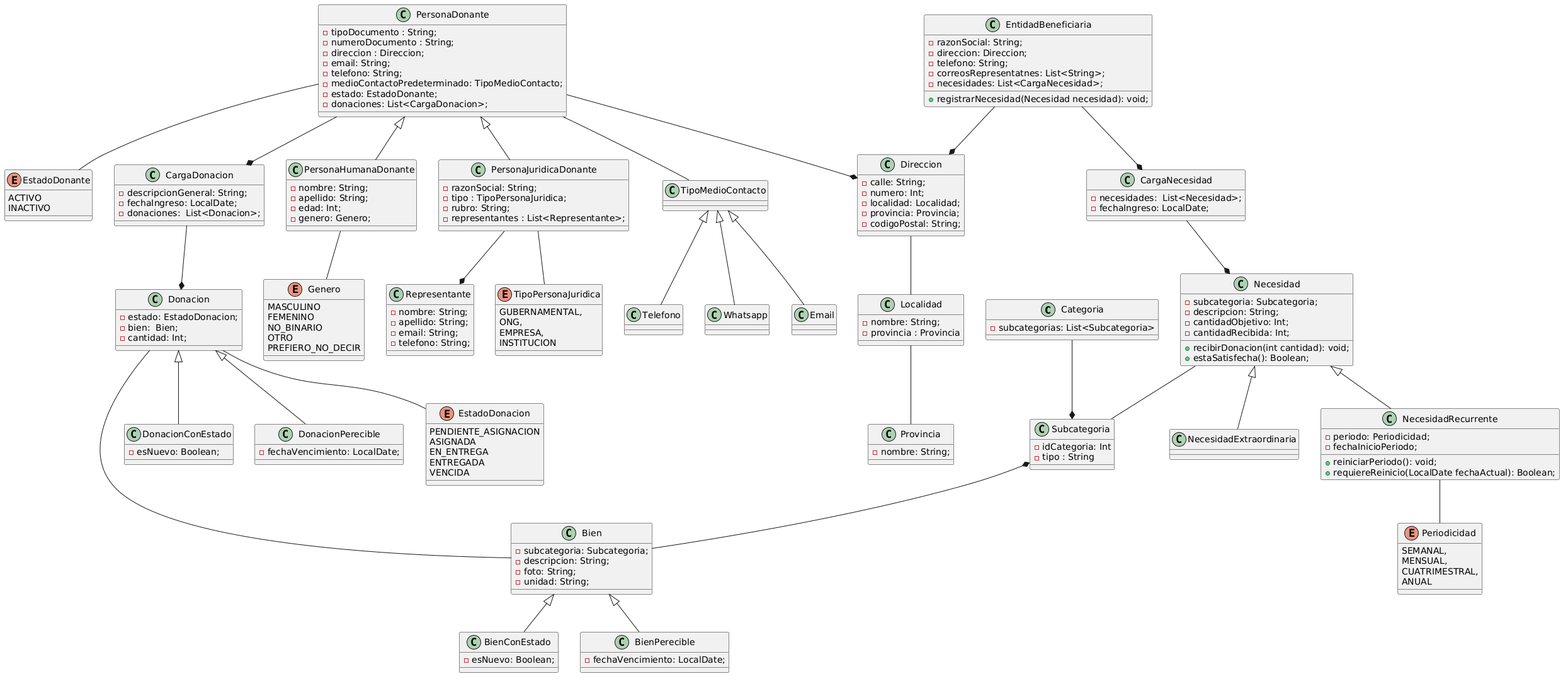
PonceCamilo/TP-ANUAL-DISENIO-2026 keeps this PlantUML diagram as donatrack/DiagramaDeClases/diagramaClasesModel.png. Above is the earlier version. Its diagram source:
```plantuml
@startuml
class Categoria{
  - subcategorias: List<Subcategoria>
}

class Subcategoria{
  - idCategoria: Int
  - tipo : String
}

class TipoMedioContacto{

}

class Email{

}

class Telefono{

}

class Whatsapp{

}

class Bien{
    - subcategoria: Subcategoria;
    - descripcion: String;
    - foto: String;
    - unidad: String;
}

class BienConEstado{
    - esNuevo: Boolean;
}

class BienPerecible{
    - fechaVencimiento: LocalDate;
}

class CargaDonacion{
    - descripcionGeneral: String;
    - fechaIngreso: LocalDate;
    - donaciones:  List<Donacion>;
}

class Donacion{
    - estado: EstadoDonacion;
    - bien:  Bien;
    - cantidad: Int;
}

class DonacionConEstado{
    - esNuevo: Boolean;
}

class DonacionPerecible{
    - fechaVencimiento: LocalDate;
}

enum EstadoDonacion{
    PENDIENTE_ASIGNACION
    ASIGNADA
    EN_ENTREGA
    ENTREGADA
    VENCIDA
}

enum EstadoDonante{
    ACTIVO
    INACTIVO
}

enum Genero{
    MASCULINO
    FEMENINO
    NO_BINARIO
    OTRO
    PREFIERO_NO_DECIR
}

class PersonaDonante{
    - tipoDocumento : String;
    - numeroDocumento : String;
    - direccion : Direccion;
    - email: String;
    - telefono: String;
    - medioContactoPredeterminado: TipoMedioContacto;
    - estado: EstadoDonante;
    - donaciones: List<CargaDonacion>;
}

class PersonaHumanaDonante{
    - nombre: String;
    - apellido: String;
    - edad: Int;
    - genero: Genero;
}

class PersonaJuridicaDonante{
    - razonSocial: String;
    - tipo : TipoPersonaJuridica;
    - rubro: String;
    - representantes : List<Representante>;
}

class Representante{
    - nombre: String;
    - apellido: String;
    - email: String;
    - telefono: String;
}

enum TipoPersonaJuridica {
    GUBERNAMENTAL,
    ONG,
    EMPRESA,
    INSTITUCION
}

class Direccion{
    - calle: String;
    - numero: Int;
    - localidad: Localidad;
    - provincia: Provincia;
    - codigoPostal: String;
}

class Localidad{
- nombre: String;
- provincia : Provincia
}

class Provincia{
- nombre: String;
}

class EntidadBeneficiaria{
    - razonSocial: String;
    - direccion: Direccion;
    - telefono: String;
    - correosRepresentatnes: List<String>;
    - necesidades: List<CargaNecesidad>;

    + registrarNecesidad(Necesidad necesidad): void;
}

class Necesidad{
    - subcategoria: Subcategoria;
    - descripcion: String;
    - cantidadObjetivo: Int;
    - cantidadRecibida: Int;

    + recibirDonacion(int cantidad): void;
    + estaSatisfecha(): Boolean;
}

class CargaNecesidad{
    - necesidades:  List<Necesidad>;
    - fechaIngreso: LocalDate;
}

class NecesidadExtraordinaria{

}

class NecesidadRecurrente{
    - periodo: Periodicidad;
    - fechaInicioPeriodo;

    + reiniciarPeriodo(): void;
    + requiereReinicio(LocalDate fechaActual): Boolean;
}

enum Periodicidad{
    SEMANAL,
    MENSUAL,
    CUATRIMESTRAL,
    ANUAL
}

Bien <|-- BienConEstado
Bien <|-- BienPerecible

Donacion <|-- DonacionConEstado
Donacion <|-- DonacionPerecible
Donacion -- Bien
Donacion -- EstadoDonacion

CargaDonacion --* Donacion

PersonaDonante <|-- PersonaHumanaDonante
PersonaDonante <|-- PersonaJuridicaDonante
PersonaDonante -- TipoMedioContacto
PersonaDonante --* CargaDonacion
PersonaDonante --* Direccion
PersonaDonante -- EstadoDonante

TipoMedioContacto <|-- Email
TipoMedioContacto <|-- Telefono
TipoMedioContacto <|-- Whatsapp

Necesidad <|-- NecesidadExtraordinaria
Necesidad <|-- NecesidadRecurrente
Necesidad -- Subcategoria

CargaNecesidad --* Necesidad

NecesidadRecurrente -- Periodicidad

PersonaJuridicaDonante -- TipoPersonaJuridica
PersonaJuridicaDonante --* Representante

PersonaHumanaDonante -- Genero

EntidadBeneficiaria --* CargaNecesidad
EntidadBeneficiaria --* Direccion

Direccion -- Localidad
Localidad -- Provincia

Categoria --* Subcategoria
Subcategoria *-- Bien
@enduml
```
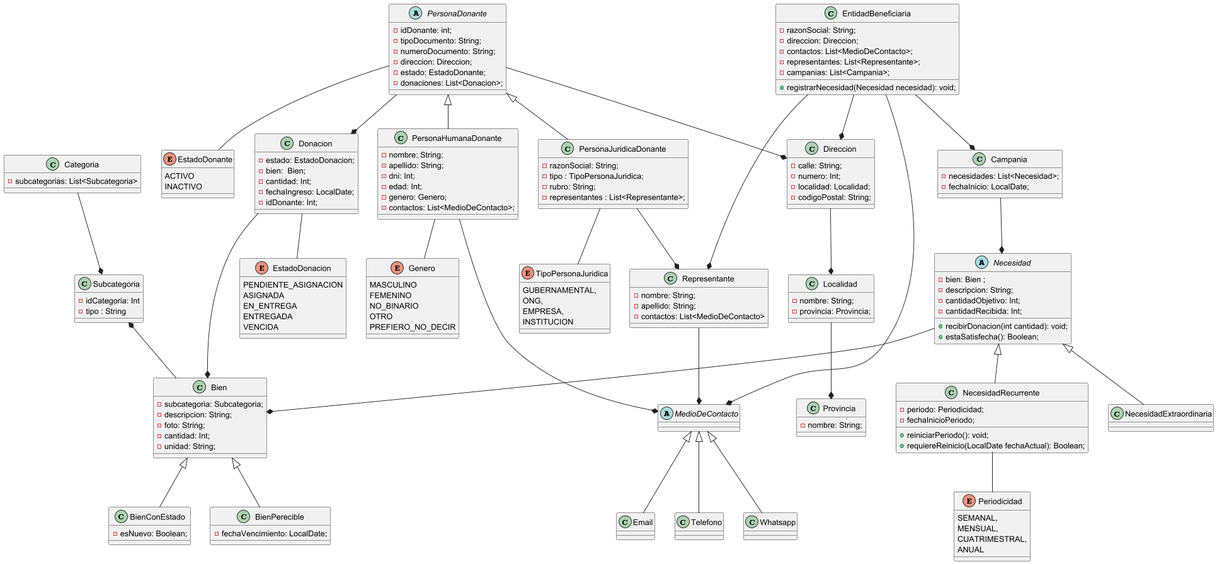
After the commit.

Diff of the diagram source:
```diff
@@ -1,4 +1,5 @@
-@startuml
+@startuml diagrama-De-Clases
+
 class Categoria{
   - subcategorias: List<Subcategoria>
 }
@@ -8,7 +9,7 @@
   - tipo : String
 }
 
-class TipoMedioContacto{
+abstract class MedioDeContacto{
 
 }
 
@@ -21,13 +22,13 @@
 }
 
 class Whatsapp{
-
 }
 
 class Bien{
     - subcategoria: Subcategoria;
     - descripcion: String;
     - foto: String;
+    - cantidad: Int;
     - unidad: String;
 }
 
@@ -39,24 +40,12 @@
     - fechaVencimiento: LocalDate;
 }
 
-class CargaDonacion{
-    - descripcionGeneral: String;
-    - fechaIngreso: LocalDate;
-    - donaciones:  List<Donacion>;
-}
-
 class Donacion{
     - estado: EstadoDonacion;
     - bien:  Bien;
     - cantidad: Int;
-}
-
-class DonacionConEstado{
-    - esNuevo: Boolean;
-}
-
-class DonacionPerecible{
-    - fechaVencimiento: LocalDate;
+    - fechaIngreso: LocalDate;
+    - idDonante: Int;
 }
 
 enum EstadoDonacion{
@@ -80,22 +69,22 @@
     PREFIERO_NO_DECIR
 }
 
-class PersonaDonante{
-    - tipoDocumento : String;
-    - numeroDocumento : String;
-    - direccion : Direccion;
-    - email: String;
-    - telefono: String;
-    - medioContactoPredeterminado: TipoMedioContacto;
+abstract class PersonaDonante{
+    - idDonante: int;
+    - tipoDocumento: String;
+    - numeroDocumento: String;
+    - direccion: Direccion;
     - estado: EstadoDonante;
-    - donaciones: List<CargaDonacion>;
+    - donaciones: List<Donacion>;
 }
 
 class PersonaHumanaDonante{
     - nombre: String;
     - apellido: String;
+    - dni: Int;
     - edad: Int;
     - genero: Genero;
+    - contactos: List<MedioDeContacto>;
 }
 
 class PersonaJuridicaDonante{
@@ -108,8 +97,7 @@
 class Representante{
     - nombre: String;
     - apellido: String;
-    - email: String;
-    - telefono: String;
+    - contactos: List<MedioDeContacto>
 }
 
 enum TipoPersonaJuridica {
@@ -123,13 +111,12 @@
     - calle: String;
     - numero: Int;
     - localidad: Localidad;
-    - provincia: Provincia;
     - codigoPostal: String;
 }
 
 class Localidad{
 - nombre: String;
-- provincia : Provincia
+- provincia: Provincia;
 }
 
 class Provincia{
@@ -139,26 +126,21 @@
 class EntidadBeneficiaria{
     - razonSocial: String;
     - direccion: Direccion;
-    - telefono: String;
-    - correosRepresentatnes: List<String>;
-    - necesidades: List<CargaNecesidad>;
+    - contactos: List<MedioDeContacto>;
+    - representantes: List<Representante>;
+    - campanias: List<Campania>;
 
     + registrarNecesidad(Necesidad necesidad): void;
 }
 
-class Necesidad{
-    - subcategoria: Subcategoria;
+abstract class Necesidad{
+    - bien: Bien ;
     - descripcion: String;
     - cantidadObjetivo: Int;
     - cantidadRecibida: Int;
 
     + recibirDonacion(int cantidad): void;
     + estaSatisfecha(): Boolean;
-}
-
-class CargaNecesidad{
-    - necesidades:  List<Necesidad>;
-    - fechaIngreso: LocalDate;
 }
 
 class NecesidadExtraordinaria{
@@ -180,32 +162,40 @@
     ANUAL
 }
 
+class Campania{
+    - necesidades: List<Necesidad>;
+    - fechaInicio: LocalDate;
+}
+
+Campania --* Necesidad
+
+
 Bien <|-- BienConEstado
 Bien <|-- BienPerecible
 
-Donacion <|-- DonacionConEstado
-Donacion <|-- DonacionPerecible
-Donacion -- Bien
+
+Donacion --* Bien
 Donacion -- EstadoDonacion
 
-CargaDonacion --* Donacion
+
 
 PersonaDonante <|-- PersonaHumanaDonante
 PersonaDonante <|-- PersonaJuridicaDonante
-PersonaDonante -- TipoMedioContacto
-PersonaDonante --* CargaDonacion
+PersonaDonante --* Donacion
+PersonaHumanaDonante --* MedioDeContacto
 PersonaDonante --* Direccion
 PersonaDonante -- EstadoDonante
 
-TipoMedioContacto <|-- Email
-TipoMedioContacto <|-- Telefono
-TipoMedioContacto <|-- Whatsapp
+MedioDeContacto <|-- Email
+MedioDeContacto <|-- Telefono
+MedioDeContacto <|-- Whatsapp
+
+Representante --* MedioDeContacto
 
 Necesidad <|-- NecesidadExtraordinaria
 Necesidad <|-- NecesidadRecurrente
-Necesidad -- Subcategoria
+Necesidad --* Bien
 
-CargaNecesidad --* Necesidad
 
 NecesidadRecurrente -- Periodicidad
 
@@ -214,12 +204,15 @@
 
 PersonaHumanaDonante -- Genero
 
-EntidadBeneficiaria --* CargaNecesidad
+EntidadBeneficiaria --* Campania
 EntidadBeneficiaria --* Direccion
+EntidadBeneficiaria --* Representante
+EntidadBeneficiaria --* MedioDeContacto
 
-Direccion -- Localidad
-Localidad -- Provincia
+Direccion --* Localidad
+Localidad --* Provincia
 
 Categoria --* Subcategoria
 Subcategoria *-- Bien
+
 @enduml
```
